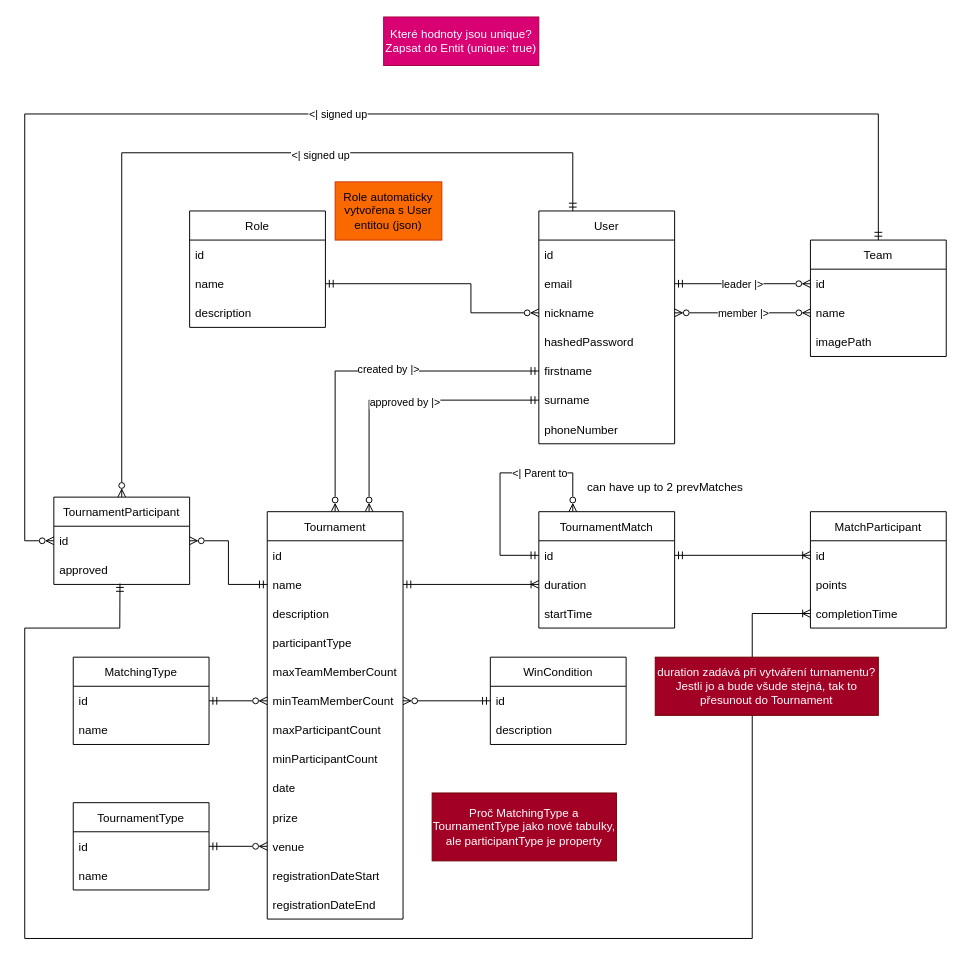
Above: erd.drawio in PreGros/IIS_Project (draw.io), before the change. Source tidied: cells renumbered, new cells numbered last; positions are measured from the earlier drawing's top-left corner, leaving out a move shared by most shapes. Both pictures are drawn from the tidied source at 97%, with x=0, y=0 at pixel (24, 16).
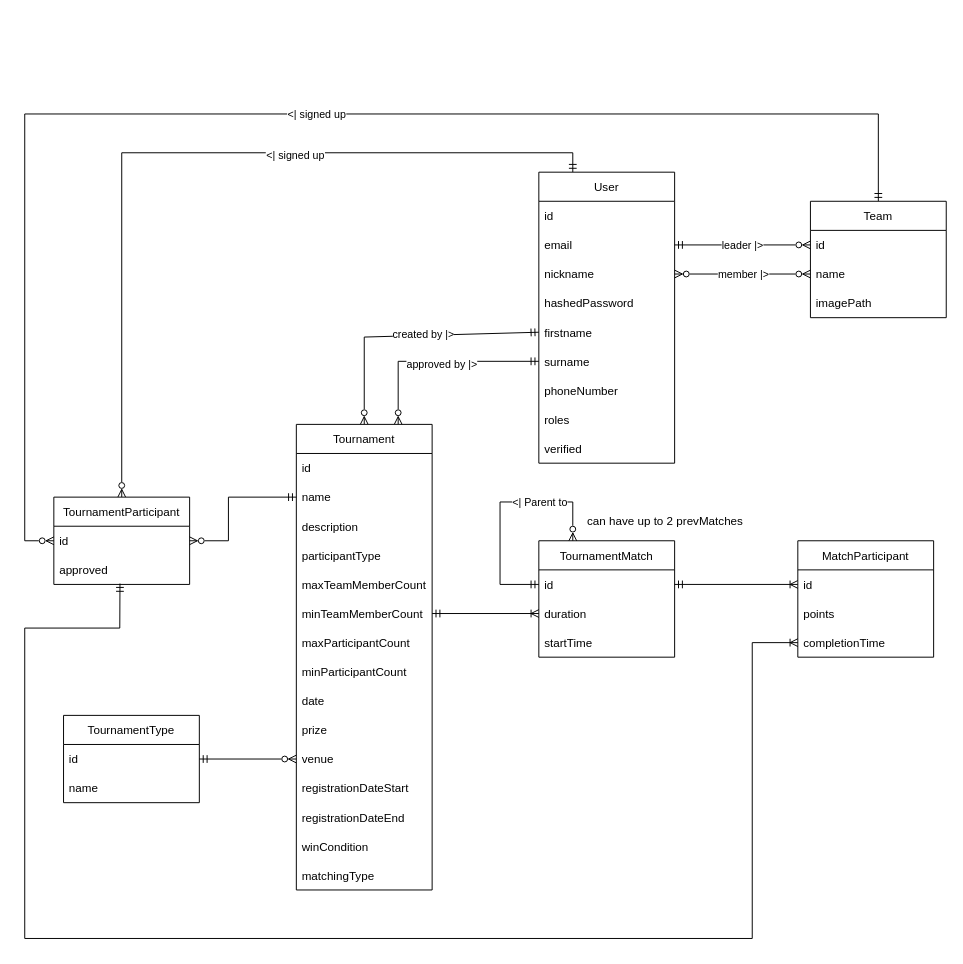
After the change.

The change refers to these unchanged cells:
```xml
<mxCell id="7" value="nickname" style="text;strokeColor=none;fillColor=none;align=left;verticalAlign=middle;spacingLeft=4;spacingRight=4;overflow=hidden;points=[[0,0.5],[1,0.5]];portConstraint=eastwest;" parent="4" vertex="1">
  <mxGeometry y="90" width="140" height="30" as="geometry" />
</mxCell>
<mxCell id="9" value="firstname" style="text;strokeColor=none;fillColor=none;align=left;verticalAlign=middle;spacingLeft=4;spacingRight=4;overflow=hidden;points=[[0,0.5],[1,0.5]];portConstraint=eastwest;" parent="4" vertex="1">
  <mxGeometry y="150" width="140" height="30" as="geometry" />
</mxCell>
<mxCell id="10" value="surname" style="text;strokeColor=none;fillColor=none;align=left;verticalAlign=middle;spacingLeft=4;spacingRight=4;overflow=hidden;points=[[0,0.5],[1,0.5]];portConstraint=eastwest;" parent="4" vertex="1">
  <mxGeometry y="180" width="140" height="30" as="geometry" />
</mxCell>
<mxCell id="31" value="duration" style="text;strokeColor=none;fillColor=none;align=left;verticalAlign=middle;spacingLeft=4;spacingRight=4;overflow=hidden;points=[[0,0.5],[1,0.5]];portConstraint=eastwest;" parent="27" vertex="1">
  <mxGeometry y="60" width="140" height="30" as="geometry" />
</mxCell>
<mxCell id="36" value="completionTime" style="text;strokeColor=none;fillColor=none;align=left;verticalAlign=middle;spacingLeft=4;spacingRight=4;overflow=hidden;points=[[0,0.5],[1,0.5]];portConstraint=eastwest;" parent="33" vertex="1">
  <mxGeometry y="90" width="140" height="30" as="geometry" />
</mxCell>
<mxCell id="46" value="name" style="text;strokeColor=none;fillColor=none;align=left;verticalAlign=middle;spacingLeft=4;spacingRight=4;overflow=hidden;points=[[0,0.5],[1,0.5]];portConstraint=eastwest;" parent="44" vertex="1">
  <mxGeometry y="60" width="140" height="30" as="geometry" />
</mxCell>
<mxCell id="50" value="minTeamMemberCount" style="text;strokeColor=none;fillColor=none;align=left;verticalAlign=middle;spacingLeft=4;spacingRight=4;overflow=hidden;points=[[0,0.5],[1,0.5]];portConstraint=eastwest;" parent="44" vertex="1">
  <mxGeometry y="180" width="140" height="30" as="geometry" />
</mxCell>
<mxCell id="60" value="id" style="text;strokeColor=none;fillColor=none;align=left;verticalAlign=middle;spacingLeft=4;spacingRight=4;overflow=hidden;points=[[0,0.5],[1,0.5]];portConstraint=eastwest;" parent="59" vertex="1">
  <mxGeometry y="30" width="140" height="30" as="geometry" />
</mxCell>
<mxCell id="61" value="approved" style="text;strokeColor=none;fillColor=none;align=left;verticalAlign=middle;spacingLeft=4;spacingRight=4;overflow=hidden;points=[[0,0.5],[1,0.5]];portConstraint=eastwest;" parent="59" vertex="1">
  <mxGeometry y="60" width="140" height="30" as="geometry" />
</mxCell>
```

Diff of the diagram source:
```diff
@@
     <mxCell id="4" value="User" style="swimlane;fontStyle=0;horizontal=1;startSize=30;" parent="1" vertex="1">
-      <mxGeometry x="530" y="200" width="140" height="240" as="geometry" />
+      <mxGeometry x="530" y="160" width="140" height="300" as="geometry" />
     </mxCell>
@@
-    <mxCell id="12" value="Role" style="swimlane;fontStyle=0;horizontal=1;startSize=30;" parent="1" vertex="1">
-      <mxGeometry x="170" y="200" width="140" height="120" as="geometry" />
-    </mxCell>
-    <mxCell id="13" value="id" style="text;strokeColor=none;fillColor=none;align=left;verticalAlign=middle;spacingLeft=4;spacingRight=4;overflow=hidden;" parent="12" vertex="1">
-      <mxGeometry y="30" width="140" height="30" as="geometry" />
-    </mxCell>
-    <mxCell id="14" value="name" style="text;strokeColor=none;fillColor=none;align=left;verticalAlign=middle;spacingLeft=4;spacingRight=4;overflow=hidden;points=[[0,0.5],[1,0.5]];portConstraint=eastwest;" parent="12" vertex="1">
-      <mxGeometry y="60" width="140" height="30" as="geometry" />
-    </mxCell>
-    <mxCell id="15" value="description" style="text;strokeColor=none;fillColor=none;align=left;verticalAlign=middle;spacingLeft=4;spacingRight=4;overflow=hidden;" parent="12" vertex="1">
-      <mxGeometry y="90" width="140" height="30" as="geometry" />
-    </mxCell>
-    <mxCell id="16" style="edgeStyle=none;html=1;exitX=0;exitY=0.5;exitDx=0;exitDy=0;entryX=1;entryY=0.5;entryDx=0;entryDy=0;rounded=0;startArrow=ERzeroToMany;startFill=0;endArrow=ERmandOne;endFill=0;" parent="1" edge="1" source="7" target="14">
-      <mxGeometry relative="1" as="geometry">
-        <Array as="points">
-          <mxPoint x="460" y="305" />
-          <mxPoint x="460" y="275" />
-        </Array>
-      </mxGeometry>
-    </mxCell>
+    <mxCell id="79" value="roles" style="text;strokeColor=none;fillColor=none;align=left;verticalAlign=middle;spacingLeft=4;spacingRight=4;overflow=hidden;" parent="4" vertex="1">
+      <mxGeometry y="240" width="140" height="30" as="geometry" />
+    </mxCell>
+    <mxCell id="80" value="verified" style="text;strokeColor=none;fillColor=none;align=left;verticalAlign=middle;spacingLeft=4;spacingRight=4;overflow=hidden;" parent="4" vertex="1">
+      <mxGeometry y="270" width="140" height="30" as="geometry" />
+    </mxCell>
@@
     <mxCell id="19" value="Team" style="swimlane;fontStyle=0;horizontal=1;startSize=30;" parent="1" vertex="1">
-      <mxGeometry x="810" y="230" width="140" height="120" as="geometry" />
+      <mxGeometry x="810" y="190" width="140" height="120" as="geometry" />
     </mxCell>
@@
     <mxCell id="27" value="TournamentMatch" style="swimlane;fontStyle=0;horizontal=1;startSize=30;" parent="1" vertex="1">
-      <mxGeometry x="530" y="510" width="140" height="120" as="geometry" />
+      <mxGeometry x="530" y="540" width="140" height="120" as="geometry" />
     </mxCell>
@@
     <mxCell id="33" value="MatchParticipant" style="swimlane;fontStyle=0;horizontal=1;startSize=30;" parent="1" vertex="1">
-      <mxGeometry x="810" y="510" width="140" height="120" as="geometry" />
+      <mxGeometry x="797" y="540" width="140" height="120" as="geometry" />
     </mxCell>
@@
     <mxCell id="38" value="can have up to 2 prevMatches" style="text;html=1;align=center;verticalAlign=middle;strokeColor=none;fillColor=none;" parent="1" vertex="1">
-      <mxGeometry x="570" y="475" width="180" height="20" as="geometry" />
+      <mxGeometry x="570" y="510" width="180" height="20" as="geometry" />
     </mxCell>
     <mxCell id="39" style="edgeStyle=none;rounded=0;html=1;entryX=0;entryY=0.5;entryDx=0;entryDy=0;startArrow=ERzeroToMany;startFill=0;endArrow=ERmandOne;endFill=0;" parent="1" edge="1" source="44" target="9">
       <mxGeometry relative="1" as="geometry">
         <Array as="points">
-          <mxPoint x="320" y="365" />
+          <mxPoint x="350" y="330" />
         </Array>
       </mxGeometry>
     </mxCell>
@@
     <mxCell id="41" style="edgeStyle=none;rounded=0;html=1;exitX=0.75;exitY=0;exitDx=0;exitDy=0;entryX=0;entryY=0.5;entryDx=0;entryDy=0;startArrow=ERzeroToMany;startFill=0;endArrow=ERmandOne;endFill=0;" parent="1" edge="1" source="44" target="10">
       <mxGeometry relative="1" as="geometry">
         <Array as="points">
-          <mxPoint x="355" y="395" />
+          <mxPoint x="385" y="355" />
         </Array>
       </mxGeometry>
     </mxCell>
@@
     <mxCell id="43" style="edgeStyle=none;rounded=0;html=1;exitX=0;exitY=0.5;exitDx=0;exitDy=0;startArrow=ERmandOne;startFill=0;endArrow=ERzeroToMany;endFill=0;entryX=1;entryY=0.5;entryDx=0;entryDy=0;" parent="1" edge="1" source="46" target="60">
       <mxGeometry relative="1" as="geometry">
         <Array as="points">
-          <mxPoint x="210" y="585" />
+          <mxPoint x="210" y="495" />
           <mxPoint x="210" y="540" />
         </Array>
       </mxGeometry>
     </mxCell>
     <mxCell id="44" value="Tournament" style="swimlane;fontStyle=0;horizontal=1;startSize=30;" parent="1" vertex="1">
-      <mxGeometry x="250" y="510" width="140" height="420" as="geometry" />
+      <mxGeometry x="280" y="420" width="140" height="480" as="geometry" />
     </mxCell>
@@
+    <mxCell id="81" value="winCondition" style="text;strokeColor=none;fillColor=none;align=left;verticalAlign=middle;spacingLeft=4;spacingRight=4;overflow=hidden;" parent="44" vertex="1">
+      <mxGeometry y="420" width="140" height="30" as="geometry" />
+    </mxCell>
+    <mxCell id="82" value="matchingType" style="text;strokeColor=none;fillColor=none;align=left;verticalAlign=middle;spacingLeft=4;spacingRight=4;overflow=hidden;" parent="44" vertex="1">
+      <mxGeometry y="450" width="140" height="30" as="geometry" />
+    </mxCell>
-    <mxCell id="58" style="edgeStyle=none;rounded=0;html=1;entryX=0;entryY=0.5;entryDx=0;entryDy=0;startArrow=ERmandOne;startFill=0;endArrow=ERoneToMany;endFill=0;" parent="1" edge="1" source="46" target="31">
+    <mxCell id="58" style="edgeStyle=none;rounded=0;html=1;entryX=0;entryY=0.5;entryDx=0;entryDy=0;startArrow=ERmandOne;startFill=0;endArrow=ERoneToMany;endFill=0;exitX=1;exitY=0.5;exitDx=0;exitDy=0;" parent="1" edge="1" source="50" target="31">
       <mxGeometry relative="1" as="geometry" />
     </mxCell>
@@
     <mxCell id="62" style="edgeStyle=none;rounded=0;html=1;exitX=0;exitY=0.5;exitDx=0;exitDy=0;startArrow=ERoneToMany;startFill=0;endArrow=ERmandOne;endFill=0;entryX=0.487;entryY=0.97;entryDx=0;entryDy=0;entryPerimeter=0;" parent="1" edge="1" source="36" target="61">
       <mxGeometry relative="1" as="geometry">
         <Array as="points">
-          <mxPoint x="750" y="615" />
+          <mxPoint x="750" y="645" />
           <mxPoint x="750" y="950" />
           <mxPoint y="950" />
           <mxPoint y="630" />
           <mxPoint x="98" y="630" />
         </Array>
       </mxGeometry>
     </mxCell>
-    <mxCell id="63" value="WinCondition" style="swimlane;fontStyle=0;horizontal=1;startSize=30;" parent="1" vertex="1">
-      <mxGeometry x="480" y="660" width="140" height="90" as="geometry" />
-    </mxCell>
-    <mxCell id="64" value="id" style="text;strokeColor=none;fillColor=none;align=left;verticalAlign=middle;spacingLeft=4;spacingRight=4;overflow=hidden;points=[[0,0.5],[1,0.5]];portConstraint=eastwest;" parent="63" vertex="1">
-      <mxGeometry y="30" width="140" height="30" as="geometry" />
-    </mxCell>
-    <mxCell id="65" value="description" style="text;strokeColor=none;fillColor=none;align=left;verticalAlign=middle;spacingLeft=4;spacingRight=4;overflow=hidden;" parent="63" vertex="1">
-      <mxGeometry y="60" width="140" height="30" as="geometry" />
-    </mxCell>
-    <mxCell id="66" style="edgeStyle=none;rounded=0;html=1;exitX=0;exitY=0.5;exitDx=0;exitDy=0;entryX=1;entryY=0.5;entryDx=0;entryDy=0;startArrow=ERmandOne;startFill=0;endArrow=ERzeroToMany;endFill=0;" parent="1" edge="1" source="64" target="50">
-      <mxGeometry relative="1" as="geometry" />
-    </mxCell>
-    <mxCell id="67" style="edgeStyle=none;rounded=0;html=1;entryX=0;entryY=0.5;entryDx=0;entryDy=0;startArrow=ERmandOne;startFill=0;endArrow=ERzeroToMany;endFill=0;exitX=1;exitY=0.5;exitDx=0;exitDy=0;" parent="1" edge="1" source="69" target="50">
-      <mxGeometry relative="1" as="geometry" />
-    </mxCell>
-    <mxCell id="68" value="MatchingType" style="swimlane;fontStyle=0;horizontal=1;startSize=30;" parent="1" vertex="1">
-      <mxGeometry x="50" y="660" width="140" height="90" as="geometry" />
-    </mxCell>
-    <mxCell id="69" value="id" style="text;strokeColor=none;fillColor=none;align=left;verticalAlign=middle;spacingLeft=4;spacingRight=4;overflow=hidden;points=[[0,0.5],[1,0.5]];portConstraint=eastwest;" parent="68" vertex="1">
-      <mxGeometry y="30" width="140" height="30" as="geometry" />
-    </mxCell>
-    <mxCell id="70" value="name" style="text;strokeColor=none;fillColor=none;align=left;verticalAlign=middle;spacingLeft=4;spacingRight=4;overflow=hidden;" parent="68" vertex="1">
-      <mxGeometry y="60" width="140" height="30" as="geometry" />
-    </mxCell>
@@
     <mxCell id="72" value="TournamentType" style="swimlane;fontStyle=0;horizontal=1;startSize=30;" parent="1" vertex="1">
-      <mxGeometry x="50" y="810" width="140" height="90" as="geometry" />
+      <mxGeometry x="40" y="720" width="140" height="90" as="geometry" />
     </mxCell>
@@
-    <mxCell id="75" value="Proč MatchingType a TournamentType jako nové tabulky, ale participantType je property" style="text;html=1;strokeColor=#6F0000;fillColor=#a20025;align=center;verticalAlign=middle;whiteSpace=wrap;rounded=0;fontColor=#ffffff;" parent="1" vertex="1">
-      <mxGeometry x="420" y="800" width="190" height="70" as="geometry" />
-    </mxCell>
-    <mxCell id="76" value="Role automaticky vytvořena s User entitou (json)" style="text;html=1;strokeColor=#C73500;fillColor=#fa6800;align=center;verticalAlign=middle;whiteSpace=wrap;rounded=0;fontColor=#000000;" parent="1" vertex="1">
-      <mxGeometry x="320" y="170" width="110" height="60" as="geometry" />
-    </mxCell>
-    <mxCell id="77" value="Které hodnoty jsou unique? Zapsat do Entit (unique: true)" style="text;html=1;strokeColor=#A50040;fillColor=#d80073;align=center;verticalAlign=middle;whiteSpace=wrap;rounded=0;fontColor=#ffffff;" parent="1" vertex="1">
-      <mxGeometry x="370" width="160" height="50" as="geometry" />
-    </mxCell>
-    <mxCell id="78" value="duration zadává při vytváření turnamentu? Jestli jo a bude všude stejná, tak to přesunout do Tournament" style="text;html=1;strokeColor=#6F0000;fillColor=#a20025;align=center;verticalAlign=middle;whiteSpace=wrap;rounded=0;fontColor=#ffffff;" parent="1" vertex="1">
-      <mxGeometry x="650" y="660" width="230" height="60" as="geometry" />
-    </mxCell>
```
